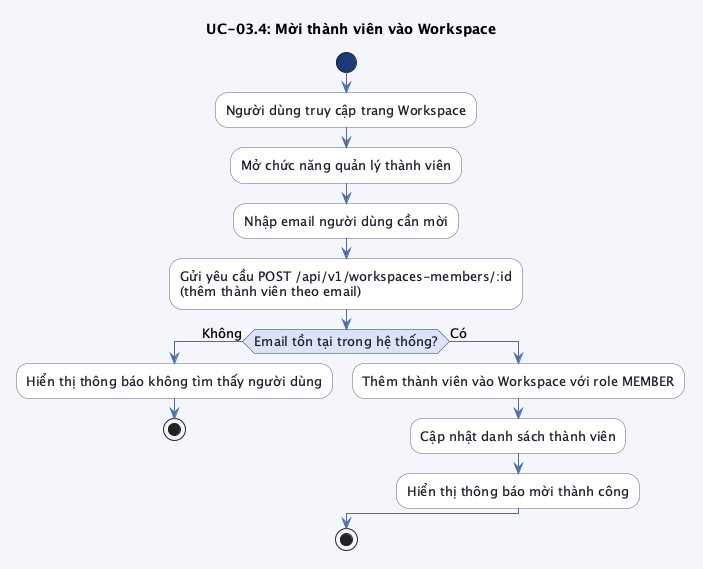
Before: src/images/chap3/activity_uc03_4.png, a diagram exported from PlantUML (trongnhan34vn/trello-report).
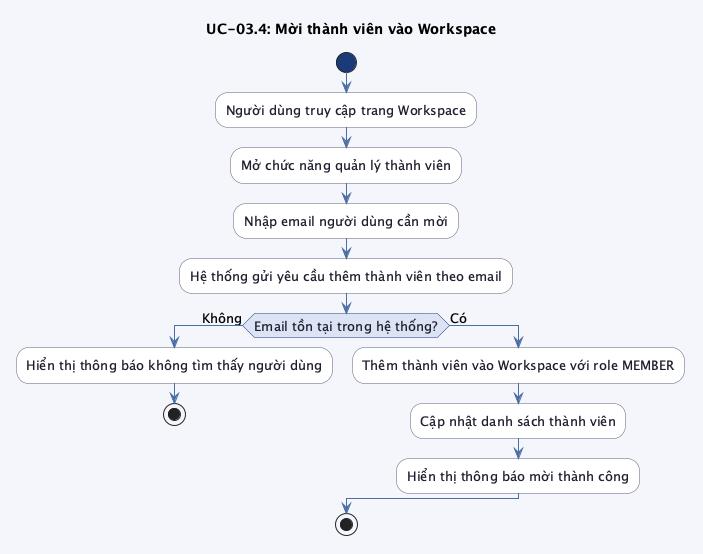
The same file after the commit.

What changed in the source:
```diff
@@ -22,7 +22,7 @@
 :Người dùng truy cập trang Workspace;
 :Mở chức năng quản lý thành viên;
 :Nhập email người dùng cần mời;
-:Gửi yêu cầu POST /api/v1/workspaces-members/:id\n(thêm thành viên theo email);
+:Hệ thống gửi yêu cầu thêm thành viên theo email;
 
 if (Email tồn tại trong hệ thống?) then (Không)
     :Hiển thị thông báo không tìm thấy người dùng;
```
